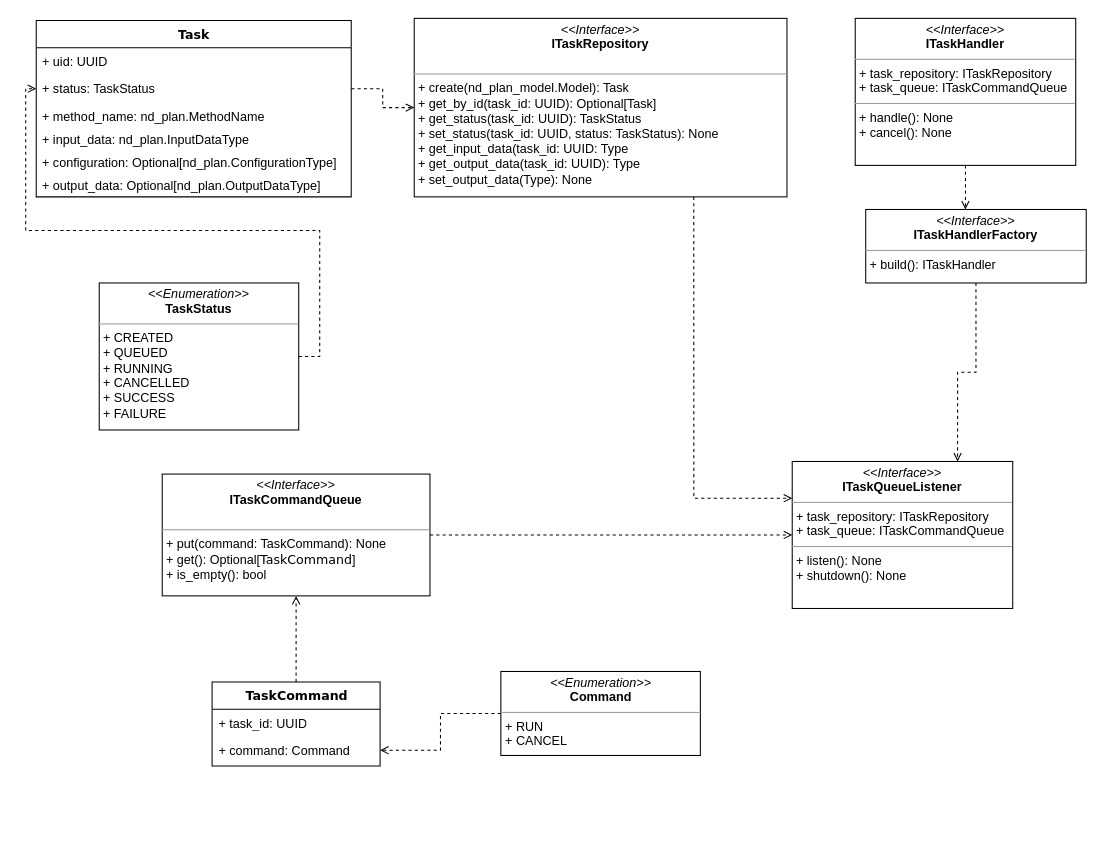
The draw.io diagram master/sources/internship2k22/diagrams/api_classes_diagram.drawio in stalker-fc/diploma, before the edit. Source tidied: cells renumbered, new cells numbered last; positions are measured from the earlier drawing's top-left corner, leaving out a move shared by most shapes. Both pictures are drawn from the tidied source at 105%, with x=0, y=0 at pixel (25, 18).
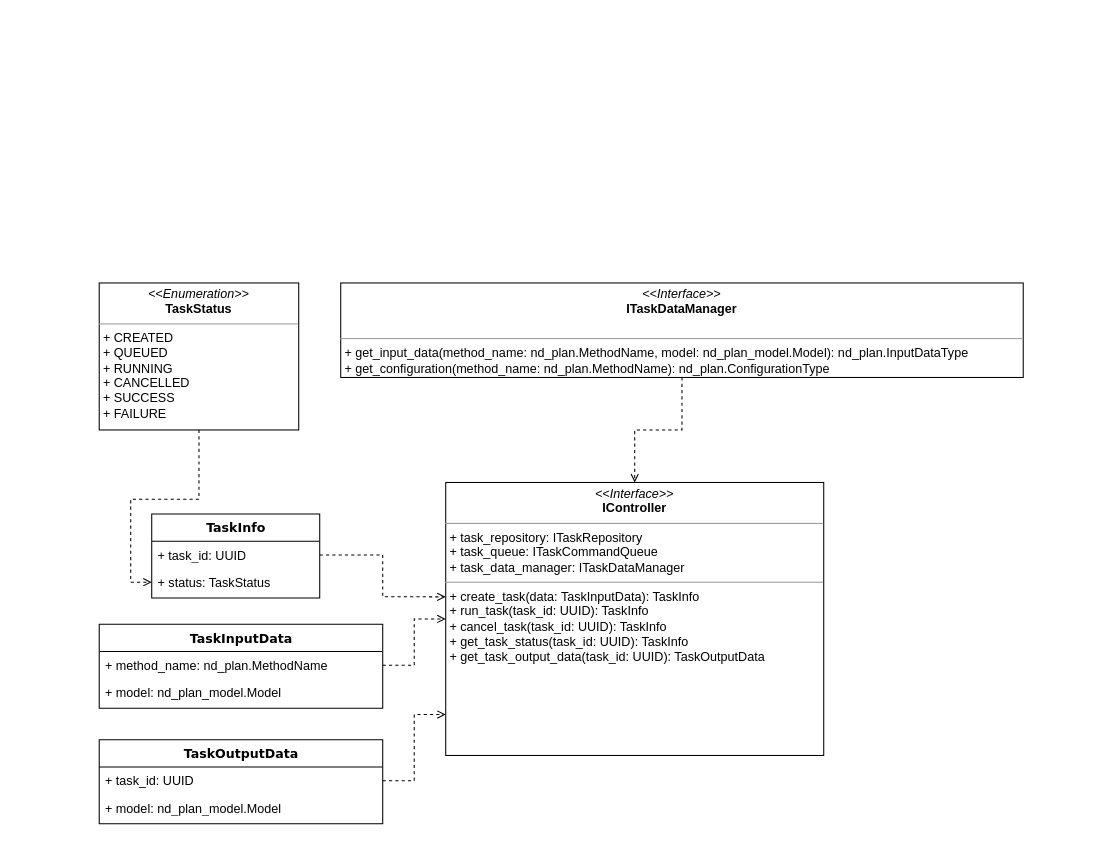
Above is the later version.

Commit message (it also covers changes not shown here):
add api classes diagram

The change refers to these unchanged cells:
```xml
<mxCell id="25" value="&lt;p style=&quot;margin: 0px ; margin-top: 4px ; text-align: center&quot;&gt;&lt;i&gt;&amp;lt;&amp;lt;Enumeration&amp;gt;&amp;gt;&lt;/i&gt;&lt;br&gt;&lt;b&gt;TaskStatus&lt;/b&gt;&lt;/p&gt;&lt;hr size=&quot;1&quot;&gt;&lt;p style=&quot;margin: 0px ; margin-left: 4px&quot;&gt;+ CREATED&lt;br&gt;+ QUEUED&lt;/p&gt;&lt;p style=&quot;margin: 0px ; margin-left: 4px&quot;&gt;+ RUNNING&lt;/p&gt;&lt;p style=&quot;margin: 0px ; margin-left: 4px&quot;&gt;+ CANCELLED&lt;/p&gt;&lt;p style=&quot;margin: 0px ; margin-left: 4px&quot;&gt;+ SUCCESS&lt;/p&gt;&lt;p style=&quot;margin: 0px ; margin-left: 4px&quot;&gt;+ FAILURE&lt;/p&gt;" style="verticalAlign=top;align=left;overflow=fill;fontSize=12;fontFamily=Helvetica;html=1;rounded=0;shadow=0;comic=0;labelBackgroundColor=none;strokeWidth=1;" parent="1" vertex="1">
  <mxGeometry x="70" y="252" width="190" height="140" as="geometry" />
</mxCell>
```

Change to the diagram source:
```diff
@@
-    <mxCell id="2" style="edgeStyle=orthogonalEdgeStyle;rounded=0;jettySize=auto;html=1;exitX=0.75;exitY=1;exitDx=0;exitDy=0;entryX=0;entryY=0.25;entryDx=0;entryDy=0;dashed=1;endArrow=open;endFill=0;" parent="1" edge="1" source="3" target="10">
-      <mxGeometry relative="1" as="geometry" />
-    </mxCell>
-    <mxCell id="3" value="&lt;p style=&quot;margin: 0px ; margin-top: 4px ; text-align: center&quot;&gt;&lt;i&gt;&amp;lt;&amp;lt;Interface&amp;gt;&amp;gt;&lt;/i&gt;&lt;br&gt;&lt;b&gt;ITaskRepository&lt;/b&gt;&lt;/p&gt;&lt;br&gt;&lt;hr size=&quot;1&quot;&gt;&lt;p style=&quot;margin: 0px ; margin-left: 4px&quot;&gt;+ create(nd_plan_model.Model): Task&lt;br&gt;+ get_by_id(task_id: UUID): Optional[Task]&lt;/p&gt;&lt;p style=&quot;margin: 0px ; margin-left: 4px&quot;&gt;+ get_status(task_id: UUID): TaskStatus&lt;br&gt;&lt;/p&gt;&lt;p style=&quot;margin: 0px ; margin-left: 4px&quot;&gt;+ set_status(task_id: UUID, status: TaskStatus): None&lt;br&gt;&lt;/p&gt;&lt;p style=&quot;margin: 0px ; margin-left: 4px&quot;&gt;+ get_input_data(task_id: UUID: Type&lt;br&gt;&lt;/p&gt;&lt;p style=&quot;margin: 0px ; margin-left: 4px&quot;&gt;+ get_output_data(task_id: UUID): Type&lt;br&gt;&lt;/p&gt;&lt;p style=&quot;margin: 0px ; margin-left: 4px&quot;&gt;+ set_output_data(Type): None&lt;br&gt;&lt;/p&gt;" style="verticalAlign=top;align=left;overflow=fill;fontSize=12;fontFamily=Helvetica;html=1;rounded=0;shadow=0;comic=0;labelBackgroundColor=none;strokeWidth=1;" parent="1" vertex="1">
-      <mxGeometry x="370" width="355" height="170" as="geometry" />
-    </mxCell>
-    <mxCell id="4" style="edgeStyle=orthogonalEdgeStyle;rounded=0;jettySize=auto;html=1;exitX=1;exitY=0.5;exitDx=0;exitDy=0;entryX=0;entryY=0.5;entryDx=0;entryDy=0;dashed=1;endArrow=open;endFill=0;" parent="1" edge="1" source="5" target="10">
-      <mxGeometry relative="1" as="geometry" />
-    </mxCell>
-    <mxCell id="5" value="&lt;p style=&quot;margin: 0px ; margin-top: 4px ; text-align: center&quot;&gt;&lt;i&gt;&amp;lt;&amp;lt;Interface&amp;gt;&amp;gt;&lt;/i&gt;&lt;br&gt;&lt;b&gt;ITaskCommandQueue&lt;/b&gt;&lt;/p&gt;&lt;br&gt;&lt;hr size=&quot;1&quot;&gt;&lt;p style=&quot;margin: 0px ; margin-left: 4px&quot;&gt;+ put(command: TaskCommand): None&lt;br&gt;+ get(): Optional[&lt;span style=&quot;font-family: &amp;#34;verdana&amp;#34; ; text-align: center&quot;&gt;TaskCommand&lt;/span&gt;]&lt;/p&gt;&lt;p style=&quot;margin: 0px ; margin-left: 4px&quot;&gt;+ is_empty(): bool&lt;/p&gt;" style="verticalAlign=top;align=left;overflow=fill;fontSize=12;fontFamily=Helvetica;html=1;rounded=0;shadow=0;comic=0;labelBackgroundColor=none;strokeWidth=1;" parent="1" vertex="1">
-      <mxGeometry x="130" y="434" width="255" height="116" as="geometry" />
-    </mxCell>
-    <mxCell id="6" style="edgeStyle=orthogonalEdgeStyle;rounded=0;jettySize=auto;html=1;exitX=0.5;exitY=0;exitDx=0;exitDy=0;entryX=0.5;entryY=1;entryDx=0;entryDy=0;dashed=1;endArrow=open;endFill=0;" parent="1" edge="1" source="7" target="5">
-      <mxGeometry relative="1" as="geometry" />
-    </mxCell>
-    <mxCell id="7" value="TaskCommand" style="swimlane;html=1;fontStyle=1;align=center;verticalAlign=top;horizontal=1;startSize=26;swimlaneFillColor=#ffffff;rounded=0;shadow=0;comic=0;labelBackgroundColor=none;strokeWidth=1;fillColor=none;fontFamily=Verdana;fontSize=12;" parent="1" vertex="1">
-      <mxGeometry x="177.5" y="632" width="160" height="80" as="geometry" />
-    </mxCell>
+    <mxCell id="24" style="edgeStyle=orthogonalEdgeStyle;rounded=0;orthogonalLoop=1;jettySize=auto;html=1;exitX=1;exitY=0.5;exitDx=0;exitDy=0;entryX=0;entryY=0.5;entryDx=0;entryDy=0;dashed=1;endArrow=open;endFill=0;" parent="1" edge="1">
+      <mxGeometry relative="1" as="geometry">
+        <mxPoint x="-1060" y="287" as="targetPoint" />
+        <Array as="points">
+          <mxPoint x="-790" y="542" />
+          <mxPoint x="-790" y="422" />
+          <mxPoint x="-1070" y="422" />
+          <mxPoint x="-1070" y="287" />
+        </Array>
+      </mxGeometry>
+    </mxCell>
+    <mxCell id="27" style="edgeStyle=orthogonalEdgeStyle;rounded=0;jettySize=auto;html=1;exitX=0.5;exitY=1;exitDx=0;exitDy=0;entryX=0.5;entryY=0;entryDx=0;entryDy=0;dashed=1;endArrow=open;endFill=0;" parent="1" edge="1" source="28" target="36">
+      <mxGeometry relative="1" as="geometry" />
+    </mxCell>
+    <mxCell id="28" value="&lt;p style=&quot;margin: 0px ; margin-top: 4px ; text-align: center&quot;&gt;&lt;i&gt;&amp;lt;&amp;lt;Interface&amp;gt;&amp;gt;&lt;/i&gt;&lt;br&gt;&lt;b&gt;ITaskDataManager&lt;/b&gt;&lt;/p&gt;&lt;br&gt;&lt;hr size=&quot;1&quot;&gt;&lt;p style=&quot;margin: 0px ; margin-left: 4px&quot;&gt;+ get_input_data(method_name: nd_plan.MethodName, model: nd_plan_model.Model): nd_plan.InputDataType&lt;br&gt;+ get_configuration(method_name: nd_plan.MethodName): nd_plan.ConfigurationType&lt;/p&gt;&lt;p style=&quot;margin: 0px ; margin-left: 4px&quot;&gt;&lt;br&gt;&lt;/p&gt;" style="verticalAlign=top;align=left;overflow=fill;fontSize=12;fontFamily=Helvetica;html=1;rounded=0;shadow=0;comic=0;labelBackgroundColor=none;strokeWidth=1;" parent="1" vertex="1">
+      <mxGeometry x="300" y="252" width="650" height="90" as="geometry" />
+    </mxCell>
+    <mxCell id="29" value="TaskInfo" style="swimlane;html=1;fontStyle=1;align=center;verticalAlign=top;horizontal=1;startSize=26;swimlaneFillColor=#ffffff;rounded=0;shadow=0;comic=0;labelBackgroundColor=none;strokeWidth=1;fillColor=none;fontFamily=Verdana;fontSize=12;" parent="1" vertex="1">
+      <mxGeometry x="120" y="472" width="160" height="80" as="geometry" />
+    </mxCell>
-    <mxCell id="8" value="+ task_id: UUID" style="text;html=1;strokeColor=none;fillColor=none;align=left;verticalAlign=top;spacingLeft=4;spacingRight=4;whiteSpace=wrap;overflow=hidden;points=[[0,0.5],[1,0.5]];portConstraint=eastwest;" parent="7" vertex="1">
+    <mxCell id="8" value="+ task_id: UUID" style="text;html=1;strokeColor=none;fillColor=none;align=left;verticalAlign=top;spacingLeft=4;spacingRight=4;whiteSpace=wrap;overflow=hidden;points=[[0,0.5],[1,0.5]];portConstraint=eastwest;" parent="29" vertex="1">
       <mxGeometry y="26" width="160" height="26" as="geometry" />
     </mxCell>
-    <mxCell id="9" value="+ command: Command" style="text;html=1;strokeColor=none;fillColor=none;align=left;verticalAlign=top;spacingLeft=4;spacingRight=4;whiteSpace=wrap;overflow=hidden;points=[[0,0.5],[1,0.5]];portConstraint=eastwest;" parent="7" vertex="1">
-      <mxGeometry y="52" width="160" height="26" as="geometry" />
-    </mxCell>
-    <mxCell id="10" value="&lt;p style=&quot;margin: 0px ; margin-top: 4px ; text-align: center&quot;&gt;&lt;i&gt;&amp;lt;&amp;lt;Interface&amp;gt;&amp;gt;&lt;/i&gt;&lt;br&gt;&lt;b&gt;ITaskQueueListener&lt;/b&gt;&lt;/p&gt;&lt;hr size=&quot;1&quot;&gt;&lt;p style=&quot;margin: 0px ; margin-left: 4px&quot;&gt;+ task_repository: ITaskRepository&lt;br&gt;+ task_queue: ITaskCommandQueue&lt;/p&gt;&lt;hr size=&quot;1&quot;&gt;&lt;p style=&quot;margin: 0px ; margin-left: 4px&quot;&gt;+ listen(): None&lt;br&gt;+ shutdown(): None&lt;/p&gt;" style="verticalAlign=top;align=left;overflow=fill;fontSize=12;fontFamily=Helvetica;html=1;rounded=0;shadow=0;comic=0;labelBackgroundColor=none;strokeWidth=1;" parent="1" vertex="1">
-      <mxGeometry x="730" y="422" width="210" height="140" as="geometry" />
-    </mxCell>
-    <mxCell id="11" style="edgeStyle=orthogonalEdgeStyle;rounded=0;jettySize=auto;html=1;exitX=0.5;exitY=1;exitDx=0;exitDy=0;entryX=0.75;entryY=0;entryDx=0;entryDy=0;dashed=1;endArrow=open;endFill=0;" parent="1" edge="1" source="12" target="10">
-      <mxGeometry relative="1" as="geometry" />
-    </mxCell>
-    <mxCell id="12" value="&lt;p style=&quot;margin: 0px ; margin-top: 4px ; text-align: center&quot;&gt;&lt;i&gt;&amp;lt;&amp;lt;Interface&amp;gt;&amp;gt;&lt;/i&gt;&lt;br&gt;&lt;b&gt;ITaskHandlerFactory&lt;/b&gt;&lt;/p&gt;&lt;hr size=&quot;1&quot;&gt;&lt;p style=&quot;margin: 0px ; margin-left: 4px&quot;&gt;+ build(): ITaskHandler&lt;br&gt;&lt;br&gt;&lt;/p&gt;" style="verticalAlign=top;align=left;overflow=fill;fontSize=12;fontFamily=Helvetica;html=1;rounded=0;shadow=0;comic=0;labelBackgroundColor=none;strokeWidth=1;" parent="1" vertex="1">
-      <mxGeometry x="800" y="182" width="210" height="70" as="geometry" />
-    </mxCell>
-    <mxCell id="13" style="edgeStyle=orthogonalEdgeStyle;rounded=0;jettySize=auto;html=1;exitX=0.5;exitY=1;exitDx=0;exitDy=0;entryX=0.452;entryY=0;entryDx=0;entryDy=0;entryPerimeter=0;dashed=1;endArrow=open;endFill=0;" parent="1" edge="1" source="14" target="12">
-      <mxGeometry relative="1" as="geometry" />
-    </mxCell>
-    <mxCell id="14" value="&lt;p style=&quot;margin: 0px ; margin-top: 4px ; text-align: center&quot;&gt;&lt;i&gt;&amp;lt;&amp;lt;Interface&amp;gt;&amp;gt;&lt;/i&gt;&lt;br&gt;&lt;b&gt;ITaskHandler&lt;/b&gt;&lt;/p&gt;&lt;hr size=&quot;1&quot;&gt;&lt;p style=&quot;margin: 0px ; margin-left: 4px&quot;&gt;+ task_repository: ITaskRepository&lt;br&gt;+ task_queue: ITaskCommandQueue&lt;/p&gt;&lt;hr size=&quot;1&quot;&gt;&lt;p style=&quot;margin: 0px ; margin-left: 4px&quot;&gt;+ handle(): None&lt;br&gt;+ cancel(): None&lt;/p&gt;" style="verticalAlign=top;align=left;overflow=fill;fontSize=12;fontFamily=Helvetica;html=1;rounded=0;shadow=0;comic=0;labelBackgroundColor=none;strokeWidth=1;" parent="1" vertex="1">
-      <mxGeometry x="790" width="210" height="140" as="geometry" />
-    </mxCell>
-    <mxCell id="15" value="Task" style="swimlane;html=1;fontStyle=1;align=center;verticalAlign=top;horizontal=1;startSize=26;swimlaneFillColor=#ffffff;rounded=0;shadow=0;comic=0;labelBackgroundColor=none;strokeWidth=1;fillColor=none;fontFamily=Verdana;fontSize=12;" parent="1" vertex="1">
-      <mxGeometry x="10" y="2" width="300" height="168" as="geometry" />
-    </mxCell>
-    <mxCell id="16" value="+ uid: UUID" style="text;html=1;strokeColor=none;fillColor=none;align=left;verticalAlign=top;spacingLeft=4;spacingRight=4;whiteSpace=wrap;overflow=hidden;" parent="15" vertex="1">
-      <mxGeometry y="26" width="300" height="26" as="geometry" />
-    </mxCell>
-    <mxCell id="17" value="+ status: TaskStatus" style="text;html=1;strokeColor=none;fillColor=none;align=left;verticalAlign=top;spacingLeft=4;spacingRight=4;whiteSpace=wrap;overflow=hidden;points=[[0,0.5],[1,0.5]];portConstraint=eastwest;" parent="15" vertex="1">
-      <mxGeometry y="52" width="300" height="26" as="geometry" />
+    <mxCell id="17" value="+ status: TaskStatus" style="text;html=1;strokeColor=none;fillColor=none;align=left;verticalAlign=top;spacingLeft=4;spacingRight=4;whiteSpace=wrap;overflow=hidden;points=[[0,0.5],[1,0.5]];portConstraint=eastwest;" parent="29" vertex="1">
+      <mxGeometry y="52" width="160" height="26" as="geometry" />
     </mxCell>
+    <mxCell id="30" value="TaskInputData" style="swimlane;html=1;fontStyle=1;align=center;verticalAlign=top;horizontal=1;startSize=26;swimlaneFillColor=#ffffff;rounded=0;shadow=0;comic=0;labelBackgroundColor=none;strokeWidth=1;fillColor=none;fontFamily=Verdana;fontSize=12;" parent="1" vertex="1">
+      <mxGeometry x="70" y="577" width="270" height="80" as="geometry" />
+    </mxCell>
-    <mxCell id="18" value="+ method_name: nd_plan.MethodName" style="text;html=1;strokeColor=none;fillColor=none;align=left;verticalAlign=top;spacingLeft=4;spacingRight=4;whiteSpace=wrap;overflow=hidden;points=[[0,0.5],[1,0.5]];portConstraint=eastwest;" parent="15" vertex="1">
-      <mxGeometry y="78" width="300" height="22" as="geometry" />
+    <mxCell id="18" value="+ method_name: nd_plan.MethodName" style="text;html=1;strokeColor=none;fillColor=none;align=left;verticalAlign=top;spacingLeft=4;spacingRight=4;whiteSpace=wrap;overflow=hidden;points=[[0,0.5],[1,0.5]];portConstraint=eastwest;" parent="30" vertex="1">
+      <mxGeometry y="26" width="270" height="26" as="geometry" />
     </mxCell>
-    <mxCell id="19" value="+ input_data: nd_plan.InputDataType" style="text;html=1;strokeColor=none;fillColor=none;align=left;verticalAlign=top;spacingLeft=4;spacingRight=4;whiteSpace=wrap;overflow=hidden;" parent="15" vertex="1">
-      <mxGeometry y="100" width="300" height="22" as="geometry" />
-    </mxCell>
-    <mxCell id="20" value="+ configuration: Optional[nd_plan.ConfigurationType]" style="text;html=1;strokeColor=none;fillColor=none;align=left;verticalAlign=top;spacingLeft=4;spacingRight=4;whiteSpace=wrap;overflow=hidden;" parent="15" vertex="1">
-      <mxGeometry y="122" width="300" height="22" as="geometry" />
-    </mxCell>
-    <mxCell id="21" value="+ output_data: Optional[nd_plan.OutputDataType]" style="text;html=1;strokeColor=none;fillColor=none;align=left;verticalAlign=top;spacingLeft=4;spacingRight=4;whiteSpace=wrap;overflow=hidden;" parent="15" vertex="1">
-      <mxGeometry y="144" width="300" height="22" as="geometry" />
-    </mxCell>
-    <mxCell id="22" style="edgeStyle=orthogonalEdgeStyle;rounded=0;jettySize=auto;html=1;exitX=0;exitY=0.5;exitDx=0;exitDy=0;entryX=1;entryY=0.5;entryDx=0;entryDy=0;dashed=1;endArrow=open;endFill=0;" parent="1" edge="1" source="23" target="9">
-      <mxGeometry relative="1" as="geometry" />
-    </mxCell>
-    <mxCell id="23" value="&lt;p style=&quot;margin: 0px ; margin-top: 4px ; text-align: center&quot;&gt;&lt;i&gt;&amp;lt;&amp;lt;Enumeration&amp;gt;&amp;gt;&lt;/i&gt;&lt;br&gt;&lt;b&gt;Command&lt;/b&gt;&lt;/p&gt;&lt;hr size=&quot;1&quot;&gt;&lt;p style=&quot;margin: 0px ; margin-left: 4px&quot;&gt;+ RUN&lt;br&gt;+ CANCEL&lt;/p&gt;" style="verticalAlign=top;align=left;overflow=fill;fontSize=12;fontFamily=Helvetica;html=1;rounded=0;shadow=0;comic=0;labelBackgroundColor=none;strokeWidth=1;" parent="1" vertex="1">
-      <mxGeometry x="452.5" y="622" width="190" height="80" as="geometry" />
-    </mxCell>
-    <mxCell id="24" style="edgeStyle=orthogonalEdgeStyle;rounded=0;jettySize=auto;html=1;exitX=1;exitY=0.5;exitDx=0;exitDy=0;entryX=0;entryY=0.5;entryDx=0;entryDy=0;dashed=1;endArrow=open;endFill=0;" parent="1" edge="1" source="25" target="17">
-      <mxGeometry relative="1" as="geometry">
-        <Array as="points">
-          <mxPoint x="280" y="322" />
-          <mxPoint x="280" y="202" />
-          <mxPoint y="202" />
-          <mxPoint y="67" />
-        </Array>
-      </mxGeometry>
-    </mxCell>
+    <mxCell id="31" value="+ model: nd_plan_model.Model" style="text;html=1;strokeColor=none;fillColor=none;align=left;verticalAlign=top;spacingLeft=4;spacingRight=4;whiteSpace=wrap;overflow=hidden;" parent="30" vertex="1">
+      <mxGeometry y="52" width="270" height="26" as="geometry" />
+    </mxCell>
+    <mxCell id="32" value="TaskOutputData" style="swimlane;html=1;fontStyle=1;align=center;verticalAlign=top;horizontal=1;startSize=26;swimlaneFillColor=#ffffff;rounded=0;shadow=0;comic=0;labelBackgroundColor=none;strokeWidth=1;fillColor=none;fontFamily=Verdana;fontSize=12;" parent="1" vertex="1">
+      <mxGeometry x="70" y="687" width="270" height="80" as="geometry" />
+    </mxCell>
+    <mxCell id="33" value="+ task_id: UUID" style="text;html=1;strokeColor=none;fillColor=none;align=left;verticalAlign=top;spacingLeft=4;spacingRight=4;whiteSpace=wrap;overflow=hidden;points=[[0,0.5],[1,0.5]];portConstraint=eastwest;" parent="32" vertex="1">
+      <mxGeometry y="26" width="270" height="26" as="geometry" />
+    </mxCell>
+    <mxCell id="34" value="+ model: nd_plan_model.Model" style="text;html=1;strokeColor=none;fillColor=none;align=left;verticalAlign=top;spacingLeft=4;spacingRight=4;whiteSpace=wrap;overflow=hidden;" parent="32" vertex="1">
+      <mxGeometry y="52" width="270" height="26" as="geometry" />
+    </mxCell>
+    <mxCell id="35" style="edgeStyle=orthogonalEdgeStyle;rounded=0;jettySize=auto;html=1;exitX=0.5;exitY=1;exitDx=0;exitDy=0;entryX=0;entryY=0.5;entryDx=0;entryDy=0;dashed=1;endArrow=open;endFill=0;" parent="1" edge="1" source="25" target="17">
+      <mxGeometry relative="1" as="geometry" />
+    </mxCell>
@@
-    <mxCell id="26" style="edgeStyle=orthogonalEdgeStyle;rounded=0;jettySize=auto;html=1;exitX=1;exitY=0.5;exitDx=0;exitDy=0;entryX=0;entryY=0.5;entryDx=0;entryDy=0;dashed=1;endArrow=open;endFill=0;" parent="1" edge="1" source="17" target="3">
-      <mxGeometry relative="1" as="geometry" />
-    </mxCell>
+    <mxCell id="36" value="&lt;p style=&quot;margin: 0px ; margin-top: 4px ; text-align: center&quot;&gt;&lt;i&gt;&amp;lt;&amp;lt;Interface&amp;gt;&amp;gt;&lt;/i&gt;&lt;br&gt;&lt;b&gt;IController&lt;/b&gt;&lt;br&gt;&lt;/p&gt;&lt;hr size=&quot;1&quot;&gt;&lt;p style=&quot;margin: 0px ; margin-left: 4px&quot;&gt;+ task_repository: ITaskRepository&lt;br&gt;+ task_queue: ITaskCommandQueue&lt;/p&gt;&lt;p style=&quot;margin: 0px ; margin-left: 4px&quot;&gt;+ task_data_manager: ITaskDataManager&lt;/p&gt;&lt;hr size=&quot;1&quot;&gt;&lt;p style=&quot;margin: 0px ; margin-left: 4px&quot;&gt;+ create_task(data: TaskInputData): TaskInfo&lt;br&gt;+ run_task(task_id: UUID): TaskInfo&lt;/p&gt;&lt;p style=&quot;margin: 0px ; margin-left: 4px&quot;&gt;+ cancel_task(task_id: UUID): TaskInfo&lt;br&gt;&lt;/p&gt;&lt;p style=&quot;margin: 0px ; margin-left: 4px&quot;&gt;+ get_task_status(task_id: UUID): TaskInfo&lt;br&gt;&lt;/p&gt;&lt;p style=&quot;margin: 0px ; margin-left: 4px&quot;&gt;+ get_task_output_data(task_id: UUID): TaskOutputData&lt;/p&gt;" style="verticalAlign=top;align=left;overflow=fill;fontSize=12;fontFamily=Helvetica;html=1;rounded=0;shadow=0;comic=0;labelBackgroundColor=none;strokeWidth=1;" parent="1" vertex="1">
+      <mxGeometry x="400" y="442" width="360" height="260" as="geometry" />
+    </mxCell>
+    <mxCell id="37" style="edgeStyle=orthogonalEdgeStyle;rounded=0;jettySize=auto;html=1;exitX=1;exitY=0.5;exitDx=0;exitDy=0;entryX=0;entryY=0.419;entryDx=0;entryDy=0;entryPerimeter=0;dashed=1;endArrow=open;endFill=0;" parent="1" edge="1" source="8" target="36">
+      <mxGeometry relative="1" as="geometry" />
+    </mxCell>
+    <mxCell id="38" style="edgeStyle=orthogonalEdgeStyle;rounded=0;jettySize=auto;html=1;exitX=1;exitY=0.5;exitDx=0;exitDy=0;entryX=0;entryY=0.5;entryDx=0;entryDy=0;dashed=1;endArrow=open;endFill=0;" parent="1" edge="1" source="18" target="36">
+      <mxGeometry relative="1" as="geometry" />
+    </mxCell>
+    <mxCell id="39" style="edgeStyle=orthogonalEdgeStyle;rounded=0;jettySize=auto;html=1;exitX=1;exitY=0.5;exitDx=0;exitDy=0;entryX=0;entryY=0.85;entryDx=0;entryDy=0;entryPerimeter=0;dashed=1;endArrow=open;endFill=0;" parent="1" edge="1" source="33" target="36">
+      <mxGeometry relative="1" as="geometry" />
+    </mxCell>
```
